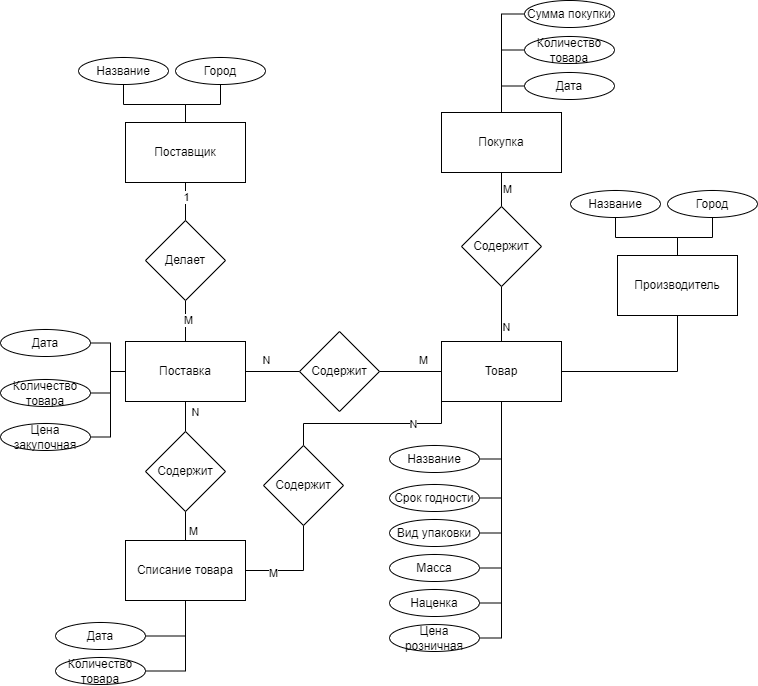
This is КР_БД/erCHEN.drawio.png from kuskas112/Labs, a draw.io export, as it was before one commit. Source tidied: cells renumbered, new cells last; positions are measured from the earlier drawing's top-left corner, leaving out a move shared by most shapes.
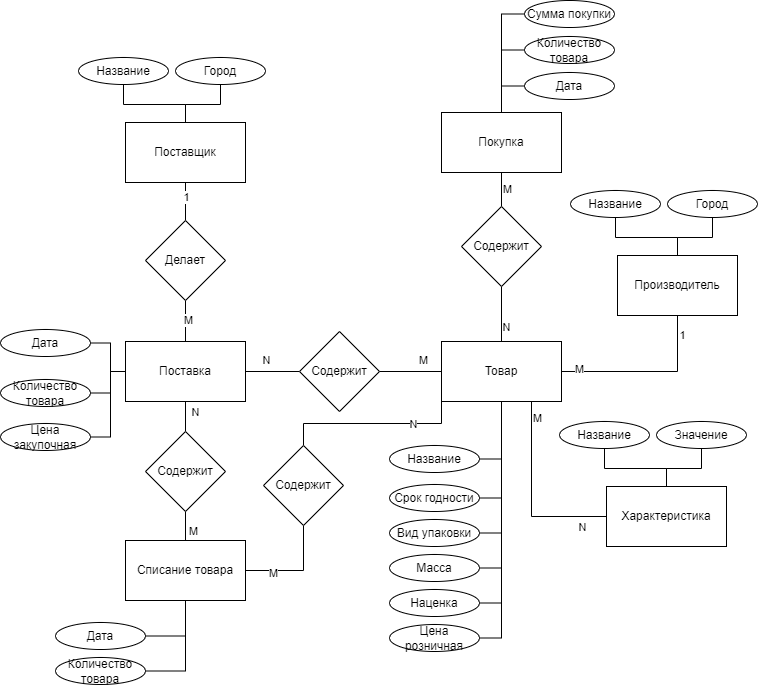
After the commit.

Change to the diagram source:
```diff
@@ -83,6 +83,23 @@
     <mxCell id="26" style="edgeStyle=orthogonalEdgeStyle;rounded=0;jettySize=auto;html=1;exitX=1;exitY=0.5;exitDx=0;exitDy=0;entryX=0.5;entryY=1;entryDx=0;entryDy=0;endArrow=none;endFill=0;" parent="1" edge="1" source="27" target="65">
       <mxGeometry relative="1" as="geometry" />
     </mxCell>
+    <mxCell id="70" value="1" style="edgeLabel;html=1;align=center;verticalAlign=middle;" parent="26" vertex="1">
+      <mxGeometry x="0.78" y="-4" relative="1" as="geometry" />
+    </mxCell>
+    <mxCell id="71" value="M" style="edgeLabel;html=1;align=center;verticalAlign=middle;" parent="26" vertex="1">
+      <mxGeometry x="-0.8" y="3" relative="1" as="geometry" />
+    </mxCell>
+    <mxCell id="72" style="edgeStyle=orthogonalEdgeStyle;rounded=0;jettySize=auto;html=1;exitX=0.75;exitY=1;exitDx=0;exitDy=0;entryX=0;entryY=0.5;entryDx=0;entryDy=0;endArrow=none;endFill=0;" parent="1" edge="1" source="27" target="75">
+      <mxGeometry relative="1" as="geometry" />
+    </mxCell>
+    <mxCell id="73" value="N" style="edgeLabel;html=1;align=center;verticalAlign=middle;" parent="72" vertex="1">
+      <mxGeometry x="0.8" y="-4" relative="1" as="geometry">
+        <mxPoint x="-6" y="6" as="offset" />
+      </mxGeometry>
+    </mxCell>
+    <mxCell id="74" value="M" style="edgeLabel;html=1;align=center;verticalAlign=middle;" parent="72" vertex="1">
+      <mxGeometry x="-0.83" y="5" relative="1" as="geometry" />
+    </mxCell>
     <mxCell id="27" value="Товар" style="whiteSpace=wrap;html=1;rounded=0;" parent="1" vertex="1">
       <mxGeometry x="441" y="341" width="120" height="60" as="geometry" />
     </mxCell>
@@ -219,5 +236,20 @@
     <mxCell id="69" value="Город" style="ellipse;whiteSpace=wrap;html=1;" parent="1" vertex="1">
       <mxGeometry x="667" y="190" width="90" height="27" as="geometry" />
     </mxCell>
+    <mxCell id="75" value="Характеристика" style="rounded=0;whiteSpace=wrap;html=1;" parent="1" vertex="1">
+      <mxGeometry x="606" y="486" width="120" height="60" as="geometry" />
+    </mxCell>
+    <mxCell id="76" style="edgeStyle=orthogonalEdgeStyle;rounded=0;jettySize=auto;html=1;exitX=0.5;exitY=1;exitDx=0;exitDy=0;strokeColor=default;align=center;verticalAlign=middle;fontFamily=Helvetica;fontSize=11;fontColor=default;labelBackgroundColor=default;endArrow=none;endFill=0;" parent="1" edge="1" source="77" target="75">
+      <mxGeometry relative="1" as="geometry" />
+    </mxCell>
+    <mxCell id="77" value="Название" style="ellipse;whiteSpace=wrap;html=1;" parent="1" vertex="1">
+      <mxGeometry x="559" y="421" width="90" height="27" as="geometry" />
+    </mxCell>
+    <mxCell id="78" style="edgeStyle=orthogonalEdgeStyle;rounded=0;jettySize=auto;html=1;exitX=0.5;exitY=1;exitDx=0;exitDy=0;strokeColor=default;align=center;verticalAlign=middle;fontFamily=Helvetica;fontSize=11;fontColor=default;labelBackgroundColor=default;endArrow=none;endFill=0;" parent="1" edge="1" source="79" target="75">
+      <mxGeometry relative="1" as="geometry" />
+    </mxCell>
+    <mxCell id="79" value="Значение" style="ellipse;whiteSpace=wrap;html=1;" parent="1" vertex="1">
+      <mxGeometry x="656" y="421" width="90" height="27" as="geometry" />
+    </mxCell>
   </root>
 </mxGraphModel>
```
